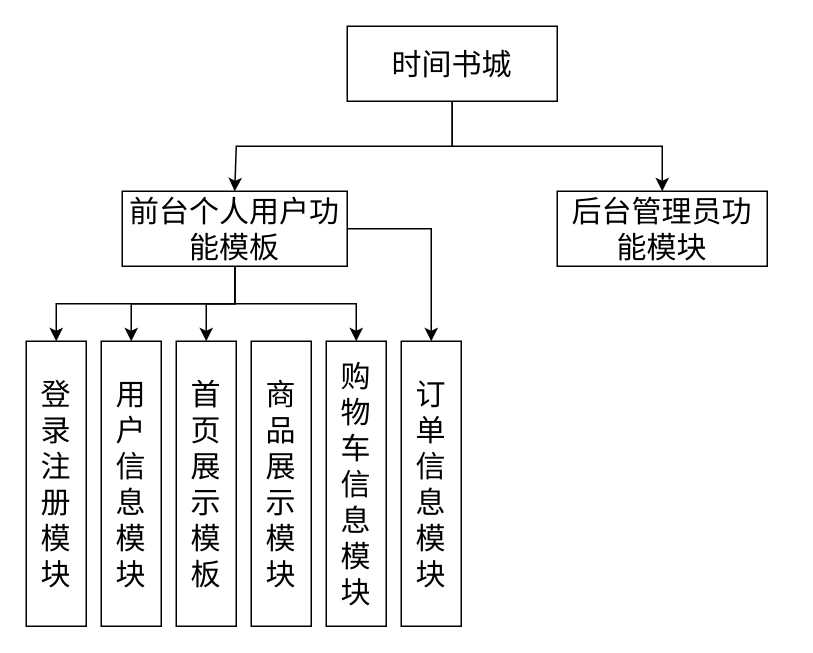
Above: Untitled Diagram.drawio in TimeWood/learngit (draw.io), before the change. Source tidied: cells renumbered, new cells numbered last; positions are measured from the earlier drawing's top-left corner, leaving out a move shared by most shapes. Both pictures are drawn from the tidied source at 150%, with x=0, y=0 at pixel (26, 26).
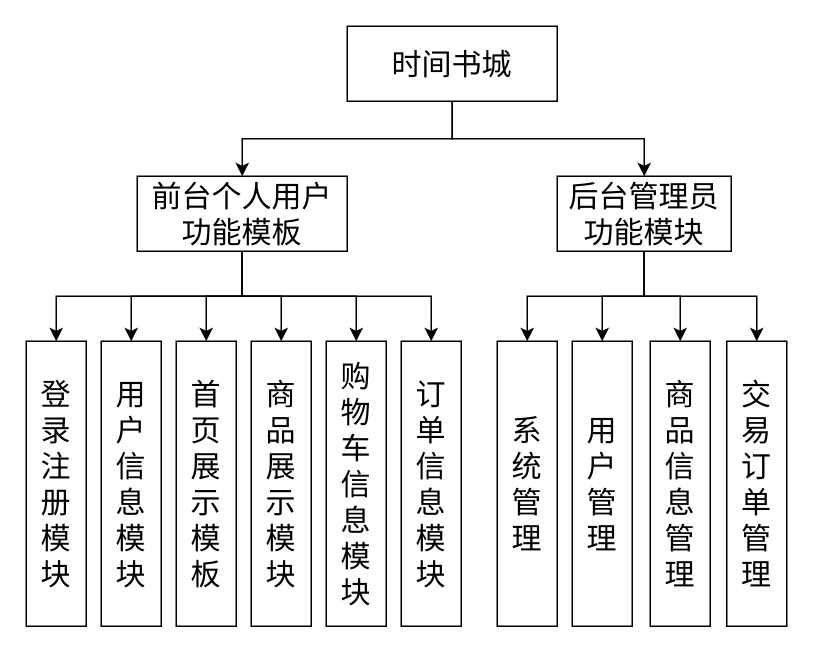
The same page after the edit.

The change refers to these unchanged cells:
```xml
<mxCell id="4" value="时间书城" style="rounded=0;whiteSpace=wrap;html=1;fontSize=20;" parent="1" vertex="1">
  <mxGeometry x="214" width="140" height="50" as="geometry" />
</mxCell>
<mxCell id="16" value="订单信息模块" style="rounded=0;whiteSpace=wrap;html=1;direction=south;verticalAlign=middle;align=center;labelPosition=center;verticalLabelPosition=middle;horizontal=1;fontSize=20;fontStyle=0;" parent="1" vertex="1">
  <mxGeometry x="250" y="210" width="40" height="190" as="geometry" />
</mxCell>
<mxCell id="17" value="商品展示模块" style="rounded=0;whiteSpace=wrap;html=1;direction=south;verticalAlign=middle;align=center;labelPosition=center;verticalLabelPosition=middle;horizontal=1;fontSize=20;fontStyle=0;" parent="1" vertex="1">
  <mxGeometry x="150" y="210" width="40" height="190" as="geometry" />
</mxCell>
```

Change to the diagram source:
```diff
@@
-    <mxCell id="2" style="edgeStyle=orthogonalEdgeStyle;rounded=0;jettySize=auto;html=1;" parent="1" edge="1" source="4">
-      <mxGeometry relative="1" as="geometry">
-        <mxPoint x="139" y="110" as="targetPoint" />
-        <Array as="points">
-          <mxPoint x="284" y="80" />
-          <mxPoint x="140" y="80" />
-        </Array>
-      </mxGeometry>
-    </mxCell>
+    <mxCell id="18" style="edgeStyle=orthogonalEdgeStyle;rounded=0;jettySize=auto;html=1;entryX=0.5;entryY=0;entryDx=0;entryDy=0;fontSize=20;" parent="1" edge="1" source="4" target="11">
+      <mxGeometry relative="1" as="geometry" />
+    </mxCell>
-    <mxCell id="3" style="edgeStyle=orthogonalEdgeStyle;rounded=0;jettySize=auto;html=1;" parent="1" edge="1" source="4" target="12">
+    <mxCell id="3" style="edgeStyle=orthogonalEdgeStyle;rounded=0;jettySize=auto;html=1;entryX=0.5;entryY=0;entryDx=0;entryDy=0;fontSize=20;" parent="1" edge="1" source="4" target="12">
       <mxGeometry relative="1" as="geometry" />
     </mxCell>
@@
+    <mxCell id="19" style="edgeStyle=orthogonalEdgeStyle;rounded=0;jettySize=auto;html=1;entryX=0;entryY=0.5;entryDx=0;entryDy=0;fontSize=20;" parent="1" edge="1" source="11" target="17">
+      <mxGeometry relative="1" as="geometry" />
+    </mxCell>
     <mxCell id="10" style="edgeStyle=orthogonalEdgeStyle;rounded=0;jettySize=auto;html=1;fontSize=20;" parent="1" edge="1" source="11" target="16">
-      <mxGeometry relative="1" as="geometry" />
+      <mxGeometry relative="1" as="geometry">
+        <Array as="points">
+          <mxPoint x="144" y="180" />
+          <mxPoint x="270" y="180" />
+        </Array>
+      </mxGeometry>
     </mxCell>
     <mxCell id="11" value="前台个人用户功能模板" style="rounded=0;whiteSpace=wrap;html=1;fontSize=20;" parent="1" vertex="1">
-      <mxGeometry x="64" y="110" width="150" height="50" as="geometry" />
+      <mxGeometry x="74" y="100" width="140" height="50" as="geometry" />
     </mxCell>
+    <mxCell id="20" style="edgeStyle=orthogonalEdgeStyle;rounded=0;jettySize=auto;html=1;entryX=0;entryY=0.5;entryDx=0;entryDy=0;fontSize=20;" parent="1" edge="1" source="12" target="24">
+      <mxGeometry relative="1" as="geometry" />
+    </mxCell>
+    <mxCell id="21" style="edgeStyle=orthogonalEdgeStyle;rounded=0;jettySize=auto;html=1;entryX=0;entryY=0.5;entryDx=0;entryDy=0;fontSize=20;" parent="1" edge="1" source="12" target="25">
+      <mxGeometry relative="1" as="geometry" />
+    </mxCell>
+    <mxCell id="22" style="edgeStyle=orthogonalEdgeStyle;rounded=0;jettySize=auto;html=1;fontSize=20;" parent="1" edge="1" source="12" target="26">
+      <mxGeometry relative="1" as="geometry" />
+    </mxCell>
+    <mxCell id="23" style="edgeStyle=orthogonalEdgeStyle;rounded=0;jettySize=auto;html=1;entryX=0;entryY=0.5;entryDx=0;entryDy=0;fontSize=20;" parent="1" edge="1" source="12" target="27">
+      <mxGeometry relative="1" as="geometry" />
+    </mxCell>
     <mxCell id="12" value="后台管理员功能模块" style="rounded=0;whiteSpace=wrap;html=1;fontSize=20;" parent="1" vertex="1">
-      <mxGeometry x="354" y="110" width="140" height="50" as="geometry" />
+      <mxGeometry x="354" y="100" width="116" height="50" as="geometry" />
     </mxCell>
@@
+    <mxCell id="24" value="系统管理" style="rounded=0;whiteSpace=wrap;html=1;direction=south;verticalAlign=middle;align=center;labelPosition=center;verticalLabelPosition=middle;horizontal=1;fontSize=20;fontStyle=0;" parent="1" vertex="1">
+      <mxGeometry x="314" y="210" width="40" height="190" as="geometry" />
+    </mxCell>
+    <mxCell id="25" value="用户管理" style="rounded=0;whiteSpace=wrap;html=1;direction=south;verticalAlign=middle;align=center;labelPosition=center;verticalLabelPosition=middle;horizontal=1;fontSize=20;fontStyle=0;" parent="1" vertex="1">
+      <mxGeometry x="364" y="210" width="40" height="190" as="geometry" />
+    </mxCell>
+    <mxCell id="26" value="商品信息管理" style="rounded=0;whiteSpace=wrap;html=1;direction=south;verticalAlign=middle;align=center;labelPosition=center;verticalLabelPosition=middle;horizontal=1;fontSize=20;fontStyle=0;" parent="1" vertex="1">
+      <mxGeometry x="416" y="210" width="40" height="190" as="geometry" />
+    </mxCell>
+    <mxCell id="27" value="交易订单管理" style="rounded=0;whiteSpace=wrap;html=1;direction=south;verticalAlign=middle;align=center;labelPosition=center;verticalLabelPosition=middle;horizontal=1;fontSize=20;fontStyle=0;" parent="1" vertex="1">
+      <mxGeometry x="467" y="210" width="40" height="190" as="geometry" />
+    </mxCell>
```
